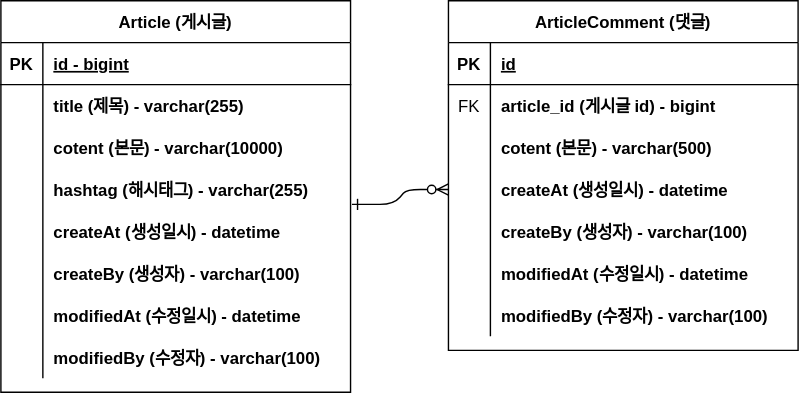
The draw.io diagram docomunet/project-board-erd.svg in kwantke/project-board, before a commit. Source tidied: cells renumbered, new cells last; positions are measured from the earlier drawing's top-left corner, leaving out a move shared by most shapes.
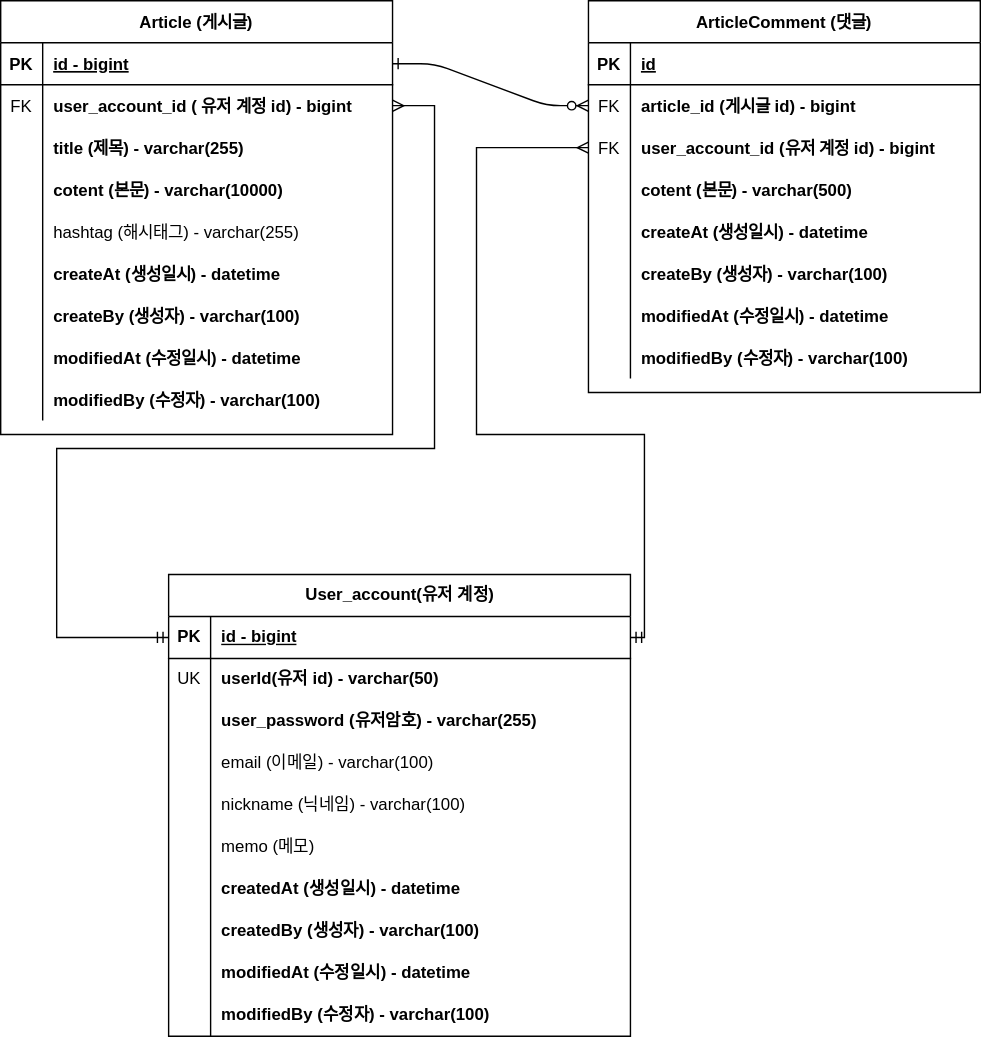
Above is the later version.

Commit message:
project-board-erd.svg 사용자 계정 테이블추가 및 게시글, 댓글 테이블에 유저 계정 id 추가 후 관계도 연결

Diff of the diagram source:
```diff
@@ -4,3 +4,3 @@
     <mxCell id="1" parent="0" />
-    <mxCell id="2" style="edgeStyle=entityRelationEdgeStyle;endArrow=ERzeroToMany;startArrow=ERone;endFill=1;startFill=0;exitX=1.004;exitY=-0.145;exitDx=0;exitDy=0;exitPerimeter=0;" parent="1" edge="1" source="38" target="13">
+    <mxCell id="2" style="edgeStyle=entityRelationEdgeStyle;endArrow=ERzeroToMany;startArrow=ERone;endFill=1;startFill=0;exitX=1;exitY=0.5;exitDx=0;exitDy=0;" parent="1" edge="1" source="26" target="7">
       <mxGeometry relative="1" as="geometry" />
@@ -8,6 +8,6 @@
     <mxCell id="3" value="ArticleComment (댓글)" style="shape=table;startSize=30;rowLines=0;fontStyle=1;align=center;" parent="1" vertex="1">
-      <mxGeometry x="320" width="250" height="250" as="geometry" />
+      <mxGeometry x="420" width="280" height="280" as="geometry" />
     </mxCell>
     <mxCell id="4" style="shape=partialRectangle;fillColor=none;top=0;left=0;right=0;bottom=1;" parent="3" vertex="1">
-      <mxGeometry y="30" width="250" height="30" as="geometry" />
+      <mxGeometry y="30" width="280" height="30" as="geometry" />
     </mxCell>
@@ -17,6 +17,6 @@
     <mxCell id="6" value="id" style="shape=partialRectangle;overflow=hidden;fillColor=none;top=0;left=0;bottom=0;right=0;align=left;spacingLeft=6;fontStyle=5;" parent="4" vertex="1">
-      <mxGeometry x="30" width="220" height="30" as="geometry" />
+      <mxGeometry x="30" width="250" height="30" as="geometry" />
     </mxCell>
     <mxCell id="7" style="shape=partialRectangle;fillColor=none;points=[[0,0.5],[1,0.5]];portConstraint=eastwest;top=0;left=0;right=0;bottom=0;" parent="3" vertex="1">
-      <mxGeometry y="60" width="250" height="30" as="geometry" />
+      <mxGeometry y="60" width="280" height="30" as="geometry" />
     </mxCell>
@@ -26,6 +26,15 @@
     <mxCell id="9" value="article_id (게시글 id) - bigint" style="shape=partialRectangle;overflow=hidden;fillColor=none;top=0;left=0;bottom=0;right=0;align=left;spacingLeft=6;fontStyle=1;" parent="7" vertex="1">
-      <mxGeometry x="30" width="220" height="30" as="geometry" />
+      <mxGeometry x="30" width="250" height="30" as="geometry" />
     </mxCell>
+    <mxCell id="50" style="shape=partialRectangle;fillColor=none;points=[[0,0.5],[1,0.5]];portConstraint=eastwest;top=0;left=0;right=0;bottom=0;" parent="3" vertex="1">
+      <mxGeometry y="90" width="280" height="30" as="geometry" />
+    </mxCell>
+    <mxCell id="51" value="FK" style="shape=partialRectangle;overflow=hidden;fillColor=none;top=0;left=0;bottom=0;right=0;" parent="50" vertex="1">
+      <mxGeometry width="30" height="30" as="geometry" />
+    </mxCell>
+    <mxCell id="52" value="user_account_id (유저 계정 id) - bigint" style="shape=partialRectangle;overflow=hidden;fillColor=none;top=0;left=0;bottom=0;right=0;align=left;spacingLeft=6;fontStyle=1;" parent="50" vertex="1">
+      <mxGeometry x="30" width="250" height="30" as="geometry" />
+    </mxCell>
     <mxCell id="10" style="shape=partialRectangle;fillColor=none;top=0;left=0;right=0;bottom=0;" parent="3" vertex="1">
-      <mxGeometry y="90" width="250" height="30" as="geometry" />
+      <mxGeometry y="120" width="280" height="30" as="geometry" />
     </mxCell>
@@ -35,6 +44,6 @@
     <mxCell id="12" value="cotent (본문) - varchar(500)" style="shape=partialRectangle;overflow=hidden;fillColor=none;top=0;left=0;bottom=0;right=0;align=left;spacingLeft=6;fontStyle=1;" parent="10" vertex="1">
-      <mxGeometry x="30" width="220" height="30" as="geometry" />
+      <mxGeometry x="30" width="250" height="30" as="geometry" />
     </mxCell>
     <mxCell id="13" style="shape=partialRectangle;fillColor=none;points=[[0,0.5],[1,0.5]];portConstraint=eastwest;top=0;left=0;right=0;bottom=0;" parent="3" vertex="1">
-      <mxGeometry y="120" width="250" height="30" as="geometry" />
+      <mxGeometry y="150" width="280" height="30" as="geometry" />
     </mxCell>
@@ -44,6 +53,6 @@
     <mxCell id="15" value="createAt (생성일시) - datetime" style="shape=partialRectangle;overflow=hidden;fillColor=none;top=0;left=0;bottom=0;right=0;align=left;spacingLeft=6;fontStyle=1;" parent="13" vertex="1">
-      <mxGeometry x="30" width="220" height="30" as="geometry" />
+      <mxGeometry x="30" width="250" height="30" as="geometry" />
     </mxCell>
     <mxCell id="16" style="shape=partialRectangle;fillColor=none;top=0;left=0;right=0;bottom=0;" parent="3" vertex="1">
-      <mxGeometry y="150" width="250" height="30" as="geometry" />
+      <mxGeometry y="180" width="280" height="30" as="geometry" />
     </mxCell>
@@ -53,6 +62,6 @@
     <mxCell id="18" value="createBy (생성자) - varchar(100)" style="shape=partialRectangle;overflow=hidden;fillColor=none;top=0;left=0;bottom=0;right=0;align=left;spacingLeft=6;fontStyle=1;" parent="16" vertex="1">
-      <mxGeometry x="30" width="220" height="30" as="geometry" />
+      <mxGeometry x="30" width="250" height="30" as="geometry" />
     </mxCell>
     <mxCell id="19" style="shape=partialRectangle;fillColor=none;top=0;left=0;right=0;bottom=0;" parent="3" vertex="1">
-      <mxGeometry y="180" width="250" height="30" as="geometry" />
+      <mxGeometry y="210" width="280" height="30" as="geometry" />
     </mxCell>
@@ -62,6 +71,6 @@
     <mxCell id="21" value="modifiedAt (수정일시) - datetime" style="shape=partialRectangle;overflow=hidden;fillColor=none;top=0;left=0;bottom=0;right=0;align=left;spacingLeft=6;fontStyle=1;" parent="19" vertex="1">
-      <mxGeometry x="30" width="220" height="30" as="geometry" />
+      <mxGeometry x="30" width="250" height="30" as="geometry" />
     </mxCell>
     <mxCell id="22" style="shape=partialRectangle;fillColor=none;top=0;left=0;right=0;bottom=0;" parent="3" vertex="1">
-      <mxGeometry y="210" width="250" height="30" as="geometry" />
+      <mxGeometry y="240" width="280" height="30" as="geometry" />
     </mxCell>
@@ -71,9 +80,9 @@
     <mxCell id="24" value="modifiedBy (수정자) - varchar(100)" style="shape=partialRectangle;overflow=hidden;fillColor=none;top=0;left=0;bottom=0;right=0;align=left;spacingLeft=6;fontStyle=1;" parent="22" vertex="1">
-      <mxGeometry x="30" width="220" height="30" as="geometry" />
+      <mxGeometry x="30" width="250" height="30" as="geometry" />
     </mxCell>
     <mxCell id="25" value="Article (게시글)" style="shape=table;startSize=30;rowLines=0;fontStyle=1;align=center;" parent="1" vertex="1">
-      <mxGeometry width="250" height="280" as="geometry" />
+      <mxGeometry width="280" height="310" as="geometry" />
     </mxCell>
     <mxCell id="26" style="shape=partialRectangle;fillColor=none;points=[[0,0.5],[1,0.5]];portConstraint=eastwest;top=0;left=0;right=0;bottom=1;" parent="25" vertex="1">
-      <mxGeometry y="30" width="250" height="30" as="geometry" />
+      <mxGeometry y="30" width="280" height="30" as="geometry" />
     </mxCell>
@@ -83,15 +92,24 @@
     <mxCell id="28" value="id - bigint" style="shape=partialRectangle;overflow=hidden;fillColor=none;top=0;left=0;bottom=0;right=0;align=left;spacingLeft=6;fontStyle=5;" parent="26" vertex="1">
-      <mxGeometry x="30" width="220" height="30" as="geometry" />
+      <mxGeometry x="30" width="250" height="30" as="geometry" />
     </mxCell>
     <mxCell id="29" style="shape=partialRectangle;fillColor=none;points=[[0,0.5],[1,0.5]];portConstraint=eastwest;top=0;left=0;right=0;bottom=0;" parent="25" vertex="1">
-      <mxGeometry y="60" width="250" height="30" as="geometry" />
+      <mxGeometry y="60" width="280" height="30" as="geometry" />
     </mxCell>
-    <mxCell id="30" style="shape=partialRectangle;overflow=hidden;fillColor=none;top=0;left=0;bottom=0;right=0;" parent="29" vertex="1">
+    <mxCell id="30" value="FK" style="shape=partialRectangle;overflow=hidden;fillColor=none;top=0;left=0;bottom=0;right=0;" parent="29" vertex="1">
       <mxGeometry width="30" height="30" as="geometry" />
     </mxCell>
-    <mxCell id="31" value="title (제목) - varchar(255)" style="shape=partialRectangle;overflow=hidden;fillColor=none;top=0;left=0;bottom=0;right=0;align=left;spacingLeft=6;fontStyle=1;" parent="29" vertex="1">
-      <mxGeometry x="30" width="220" height="30" as="geometry" />
+    <mxCell id="31" value="user_account_id ( 유저 계정 id) - bigint" style="shape=partialRectangle;overflow=hidden;fillColor=none;top=0;left=0;bottom=0;right=0;align=left;spacingLeft=6;fontStyle=1;" parent="29" vertex="1">
+      <mxGeometry x="30" width="250" height="30" as="geometry" />
     </mxCell>
+    <mxCell id="53" style="shape=partialRectangle;fillColor=none;top=0;left=0;right=0;bottom=0;" parent="25" vertex="1">
+      <mxGeometry y="90" width="280" height="30" as="geometry" />
+    </mxCell>
+    <mxCell id="54" style="shape=partialRectangle;overflow=hidden;fillColor=none;top=0;left=0;bottom=0;right=0;" parent="53" vertex="1">
+      <mxGeometry width="30" height="30" as="geometry" />
+    </mxCell>
+    <mxCell id="55" value="title (제목) - varchar(255)" style="shape=partialRectangle;overflow=hidden;fillColor=none;top=0;left=0;bottom=0;right=0;align=left;spacingLeft=6;fontStyle=1;" parent="53" vertex="1">
+      <mxGeometry x="30" width="250" height="30" as="geometry" />
+    </mxCell>
     <mxCell id="32" style="shape=partialRectangle;fillColor=none;top=0;left=0;right=0;bottom=0;" parent="25" vertex="1">
-      <mxGeometry y="90" width="250" height="30" as="geometry" />
+      <mxGeometry y="120" width="280" height="30" as="geometry" />
     </mxCell>
@@ -101,6 +119,6 @@
     <mxCell id="34" value="cotent (본문) - varchar(10000)" style="shape=partialRectangle;overflow=hidden;fillColor=none;top=0;left=0;bottom=0;right=0;align=left;spacingLeft=6;fontStyle=1;" parent="32" vertex="1">
-      <mxGeometry x="30" width="220" height="30" as="geometry" />
+      <mxGeometry x="30" width="250" height="30" as="geometry" />
     </mxCell>
     <mxCell id="35" style="shape=partialRectangle;fillColor=none;top=0;left=0;right=0;bottom=0;" parent="25" vertex="1">
-      <mxGeometry y="120" width="250" height="30" as="geometry" />
+      <mxGeometry y="150" width="280" height="30" as="geometry" />
     </mxCell>
@@ -109,7 +127,7 @@
     </mxCell>
-    <mxCell id="37" value="hashtag (해시태그) - varchar(255)  " style="shape=partialRectangle;overflow=hidden;fillColor=none;top=0;left=0;bottom=0;right=0;align=left;spacingLeft=6;fontStyle=1;" parent="35" vertex="1">
-      <mxGeometry x="30" width="220" height="30" as="geometry" />
+    <mxCell id="37" value="hashtag (해시태그) - varchar(255)  " style="shape=partialRectangle;overflow=hidden;fillColor=none;top=0;left=0;bottom=0;right=0;align=left;spacingLeft=6;fontStyle=0;" parent="35" vertex="1">
+      <mxGeometry x="30" width="250" height="30" as="geometry" />
     </mxCell>
     <mxCell id="38" style="shape=partialRectangle;fillColor=none;points=[[0,0.5],[1,0.5]];portConstraint=eastwest;top=0;left=0;right=0;bottom=0;" parent="25" vertex="1">
-      <mxGeometry y="150" width="250" height="30" as="geometry" />
+      <mxGeometry y="180" width="280" height="30" as="geometry" />
     </mxCell>
@@ -119,6 +137,6 @@
     <mxCell id="40" value="createAt (생성일시) - datetime" style="shape=partialRectangle;overflow=hidden;fillColor=none;top=0;left=0;bottom=0;right=0;align=left;spacingLeft=6;fontStyle=1;" parent="38" vertex="1">
-      <mxGeometry x="30" width="220" height="30" as="geometry" />
+      <mxGeometry x="30" width="250" height="30" as="geometry" />
     </mxCell>
     <mxCell id="41" style="shape=partialRectangle;fillColor=none;top=0;left=0;right=0;bottom=0;" parent="25" vertex="1">
-      <mxGeometry y="180" width="250" height="30" as="geometry" />
+      <mxGeometry y="210" width="280" height="30" as="geometry" />
     </mxCell>
@@ -128,6 +146,6 @@
     <mxCell id="43" value="createBy (생성자) - varchar(100)" style="shape=partialRectangle;overflow=hidden;fillColor=none;top=0;left=0;bottom=0;right=0;align=left;spacingLeft=6;fontStyle=1;" parent="41" vertex="1">
-      <mxGeometry x="30" width="220" height="30" as="geometry" />
+      <mxGeometry x="30" width="250" height="30" as="geometry" />
     </mxCell>
     <mxCell id="44" style="shape=partialRectangle;fillColor=none;top=0;left=0;right=0;bottom=0;" parent="25" vertex="1">
-      <mxGeometry y="210" width="250" height="30" as="geometry" />
+      <mxGeometry y="240" width="280" height="30" as="geometry" />
     </mxCell>
@@ -137,6 +155,6 @@
     <mxCell id="46" value="modifiedAt (수정일시) - datetime" style="shape=partialRectangle;overflow=hidden;fillColor=none;top=0;left=0;bottom=0;right=0;align=left;spacingLeft=6;fontStyle=1;" parent="44" vertex="1">
-      <mxGeometry x="30" width="220" height="30" as="geometry" />
+      <mxGeometry x="30" width="250" height="30" as="geometry" />
     </mxCell>
     <mxCell id="47" style="shape=partialRectangle;fillColor=none;top=0;left=0;right=0;bottom=0;" parent="25" vertex="1">
-      <mxGeometry y="240" width="250" height="30" as="geometry" />
+      <mxGeometry y="270" width="280" height="30" as="geometry" />
     </mxCell>
@@ -146,4 +164,117 @@
     <mxCell id="49" value="modifiedBy (수정자) - varchar(100)" style="shape=partialRectangle;overflow=hidden;fillColor=none;top=0;left=0;bottom=0;right=0;align=left;spacingLeft=6;fontStyle=1;" parent="47" vertex="1">
-      <mxGeometry x="30" width="220" height="30" as="geometry" />
+      <mxGeometry x="30" width="250" height="30" as="geometry" />
     </mxCell>
+    <mxCell id="56" value="&lt;span style=&quot;background-color: rgb(255, 255, 255);&quot;&gt;User_account(유저 계정)&lt;/span&gt;" style="shape=table;startSize=30;rowLines=0;fontStyle=1;align=center;html=1;" parent="1" vertex="1">
+      <mxGeometry x="120" y="410" width="330" height="330" as="geometry" />
+    </mxCell>
+    <mxCell id="57" style="shape=tableRow;horizontal=0;startSize=0;swimlaneHead=0;swimlaneBody=0;fillColor=none;points=[[0,0.5],[1,0.5]];portConstraint=eastwest;top=0;left=0;right=0;bottom=1;" parent="56" vertex="1">
+      <mxGeometry y="30" width="330" height="30" as="geometry" />
+    </mxCell>
+    <mxCell id="58" value="PK" style="shape=partialRectangle;fillColor=none;top=0;left=0;bottom=0;right=0;fontStyle=1;overflow=hidden;whiteSpace=wrap;html=1;" parent="57" vertex="1">
+      <mxGeometry width="30" height="30" as="geometry" />
+    </mxCell>
+    <mxCell id="59" value="id - bigint" style="shape=partialRectangle;fillColor=none;top=0;left=0;bottom=0;right=0;align=left;spacingLeft=6;fontStyle=5;overflow=hidden;whiteSpace=wrap;html=1;" parent="57" vertex="1">
+      <mxGeometry x="30" width="300" height="30" as="geometry" />
+    </mxCell>
+    <mxCell id="60" style="shape=tableRow;horizontal=0;startSize=0;swimlaneHead=0;swimlaneBody=0;fillColor=none;top=0;left=0;right=0;bottom=0;" parent="56" vertex="1">
+      <mxGeometry y="60" width="330" height="30" as="geometry" />
+    </mxCell>
+    <mxCell id="61" value="UK" style="shape=partialRectangle;fillColor=none;top=0;left=0;bottom=0;right=0;overflow=hidden;whiteSpace=wrap;html=1;" parent="60" vertex="1">
+      <mxGeometry width="30" height="30" as="geometry" />
+    </mxCell>
+    <mxCell id="62" value="&lt;b&gt;userId(유저 id) - varchar(50)&lt;/b&gt;" style="shape=partialRectangle;fillColor=none;top=0;left=0;bottom=0;right=0;align=left;spacingLeft=6;overflow=hidden;whiteSpace=wrap;html=1;" parent="60" vertex="1">
+      <mxGeometry x="30" width="300" height="30" as="geometry" />
+    </mxCell>
+    <mxCell id="63" style="shape=tableRow;horizontal=0;startSize=0;swimlaneHead=0;swimlaneBody=0;fillColor=none;top=0;left=0;right=0;bottom=0;" parent="56" vertex="1">
+      <mxGeometry y="90" width="330" height="30" as="geometry" />
+    </mxCell>
+    <mxCell id="64" style="shape=partialRectangle;fillColor=none;top=0;left=0;bottom=0;right=0;overflow=hidden;whiteSpace=wrap;html=1;" parent="63" vertex="1">
+      <mxGeometry width="30" height="30" as="geometry" />
+    </mxCell>
+    <mxCell id="65" value="&lt;b&gt;user_password (유저암호) - varchar(255)&lt;span style=&quot;white-space: pre;&quot;&gt;&#9;&lt;/span&gt;&lt;/b&gt;" style="shape=partialRectangle;fillColor=none;top=0;left=0;bottom=0;right=0;align=left;spacingLeft=6;overflow=hidden;whiteSpace=wrap;html=1;" parent="63" vertex="1">
+      <mxGeometry x="30" width="300" height="30" as="geometry" />
+    </mxCell>
+    <mxCell id="66" style="shape=tableRow;horizontal=0;startSize=0;swimlaneHead=0;swimlaneBody=0;fillColor=none;top=0;left=0;right=0;bottom=0;" parent="56" vertex="1">
+      <mxGeometry y="120" width="330" height="30" as="geometry" />
+    </mxCell>
+    <mxCell id="67" style="shape=partialRectangle;fillColor=none;top=0;left=0;bottom=0;right=0;overflow=hidden;whiteSpace=wrap;html=1;" parent="66" vertex="1">
+      <mxGeometry width="30" height="30" as="geometry" />
+    </mxCell>
+    <mxCell id="68" value="email (이메일) - varchar(100)" style="shape=partialRectangle;fillColor=none;top=0;left=0;bottom=0;right=0;align=left;spacingLeft=6;overflow=hidden;whiteSpace=wrap;html=1;" parent="66" vertex="1">
+      <mxGeometry x="30" width="300" height="30" as="geometry" />
+    </mxCell>
+    <mxCell id="69" style="shape=tableRow;horizontal=0;startSize=0;swimlaneHead=0;swimlaneBody=0;fillColor=none;top=0;left=0;right=0;bottom=0;" parent="56" vertex="1">
+      <mxGeometry y="150" width="330" height="30" as="geometry" />
+    </mxCell>
+    <mxCell id="70" style="shape=partialRectangle;fillColor=none;top=0;left=0;bottom=0;right=0;overflow=hidden;whiteSpace=wrap;html=1;" parent="69" vertex="1">
+      <mxGeometry width="30" height="30" as="geometry" />
+    </mxCell>
+    <mxCell id="71" value="nickname (닉네임) - varchar(100)" style="shape=partialRectangle;fillColor=none;top=0;left=0;bottom=0;right=0;align=left;spacingLeft=6;overflow=hidden;whiteSpace=wrap;html=1;" parent="69" vertex="1">
+      <mxGeometry x="30" width="300" height="30" as="geometry" />
+    </mxCell>
+    <mxCell id="72" style="shape=tableRow;horizontal=0;startSize=0;swimlaneHead=0;swimlaneBody=0;fillColor=none;top=0;left=0;right=0;bottom=0;" parent="56" vertex="1">
+      <mxGeometry y="180" width="330" height="30" as="geometry" />
+    </mxCell>
+    <mxCell id="73" style="shape=partialRectangle;fillColor=none;top=0;left=0;bottom=0;right=0;overflow=hidden;whiteSpace=wrap;html=1;" parent="72" vertex="1">
+      <mxGeometry width="30" height="30" as="geometry" />
+    </mxCell>
+    <mxCell id="74" value="memo (메모)" style="shape=partialRectangle;fillColor=none;top=0;left=0;bottom=0;right=0;align=left;spacingLeft=6;overflow=hidden;whiteSpace=wrap;html=1;" parent="72" vertex="1">
+      <mxGeometry x="30" width="300" height="30" as="geometry" />
+    </mxCell>
+    <mxCell id="75" style="shape=tableRow;horizontal=0;startSize=0;swimlaneHead=0;swimlaneBody=0;fillColor=none;top=0;left=0;right=0;bottom=0;" parent="56" vertex="1">
+      <mxGeometry y="210" width="330" height="30" as="geometry" />
+    </mxCell>
+    <mxCell id="76" style="shape=partialRectangle;fillColor=none;top=0;left=0;bottom=0;right=0;overflow=hidden;whiteSpace=wrap;html=1;" parent="75" vertex="1">
+      <mxGeometry width="30" height="30" as="geometry" />
+    </mxCell>
+    <mxCell id="77" value="createdAt (생성일시) - datetime" style="shape=partialRectangle;fillColor=none;top=0;left=0;bottom=0;right=0;align=left;spacingLeft=6;overflow=hidden;whiteSpace=wrap;html=1;fontStyle=1;" parent="75" vertex="1">
+      <mxGeometry x="30" width="300" height="30" as="geometry" />
+    </mxCell>
+    <mxCell id="78" style="shape=tableRow;horizontal=0;startSize=0;swimlaneHead=0;swimlaneBody=0;fillColor=none;top=0;left=0;right=0;bottom=0;" parent="56" vertex="1">
+      <mxGeometry y="240" width="330" height="30" as="geometry" />
+    </mxCell>
+    <mxCell id="79" style="shape=partialRectangle;fillColor=none;top=0;left=0;bottom=0;right=0;overflow=hidden;whiteSpace=wrap;html=1;" parent="78" vertex="1">
+      <mxGeometry width="30" height="30" as="geometry" />
+    </mxCell>
+    <mxCell id="80" value="createdBy (생성자) - varchar(100)" style="shape=partialRectangle;fillColor=none;top=0;left=0;bottom=0;right=0;align=left;spacingLeft=6;overflow=hidden;whiteSpace=wrap;html=1;fontStyle=1;" parent="78" vertex="1">
+      <mxGeometry x="30" width="300" height="30" as="geometry" />
+    </mxCell>
+    <mxCell id="81" style="shape=tableRow;horizontal=0;startSize=0;swimlaneHead=0;swimlaneBody=0;fillColor=none;top=0;left=0;right=0;bottom=0;" parent="56" vertex="1">
+      <mxGeometry y="270" width="330" height="30" as="geometry" />
+    </mxCell>
+    <mxCell id="82" style="shape=partialRectangle;fillColor=none;top=0;left=0;bottom=0;right=0;overflow=hidden;whiteSpace=wrap;html=1;" parent="81" vertex="1">
+      <mxGeometry width="30" height="30" as="geometry" />
+    </mxCell>
+    <mxCell id="83" value="modifiedAt (수정일시) - datetime" style="shape=partialRectangle;fillColor=none;top=0;left=0;bottom=0;right=0;align=left;spacingLeft=6;overflow=hidden;whiteSpace=wrap;html=1;fontStyle=1;" parent="81" vertex="1">
+      <mxGeometry x="30" width="300" height="30" as="geometry" />
+    </mxCell>
+    <mxCell id="84" style="shape=tableRow;horizontal=0;startSize=0;swimlaneHead=0;swimlaneBody=0;fillColor=none;top=0;left=0;right=0;bottom=0;" parent="56" vertex="1">
+      <mxGeometry y="300" width="330" height="30" as="geometry" />
+    </mxCell>
+    <mxCell id="85" style="shape=partialRectangle;fillColor=none;top=0;left=0;bottom=0;right=0;overflow=hidden;whiteSpace=wrap;html=1;" parent="84" vertex="1">
+      <mxGeometry width="30" height="30" as="geometry" />
+    </mxCell>
+    <mxCell id="86" value="modifiedBy (수정자) - varchar(100)" style="shape=partialRectangle;fillColor=none;top=0;left=0;bottom=0;right=0;align=left;spacingLeft=6;overflow=hidden;whiteSpace=wrap;html=1;fontStyle=1;" parent="84" vertex="1">
+      <mxGeometry x="30" width="300" height="30" as="geometry" />
+    </mxCell>
+    <mxCell id="87" style="edgeStyle=orthogonalEdgeStyle;fontSize=12;html=1;endArrow=ERmany;startArrow=ERmandOne;rounded=0;entryX=0;entryY=0.5;entryDx=0;entryDy=0;endFill=0;" parent="1" edge="1" source="57" target="50">
+      <mxGeometry relative="1" as="geometry">
+        <Array as="points">
+          <mxPoint x="460" y="455" />
+          <mxPoint x="460" y="310" />
+          <mxPoint x="340" y="310" />
+          <mxPoint x="340" y="105" />
+        </Array>
+      </mxGeometry>
+    </mxCell>
+    <mxCell id="88" style="edgeStyle=orthogonalEdgeStyle;fontSize=12;html=1;endArrow=ERmany;startArrow=ERmandOne;rounded=0;entryX=1;entryY=0.5;entryDx=0;entryDy=0;exitX=0;exitY=0.5;exitDx=0;exitDy=0;startFill=0;endFill=0;" parent="1" edge="1" source="57" target="29">
+      <mxGeometry relative="1" as="geometry">
+        <Array as="points">
+          <mxPoint x="40" y="455" />
+          <mxPoint x="40" y="320" />
+          <mxPoint x="310" y="320" />
+          <mxPoint x="310" y="75" />
+        </Array>
+      </mxGeometry>
+    </mxCell>
   </root>
```
